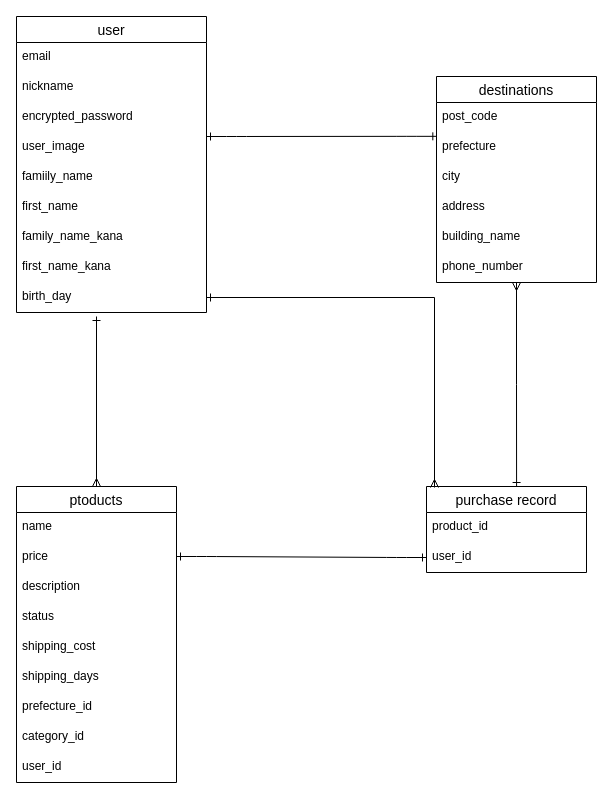
The draw.io diagram furima-32653.dio in otakayusuke1317/furima-32653, before the edit. Source tidied: cells renumbered, new cells numbered last; positions are measured from the earlier drawing's top-left corner, leaving out a move shared by most shapes. Both pictures are drawn from the tidied source at 100%, with x=0, y=0 at pixel (16, 16).
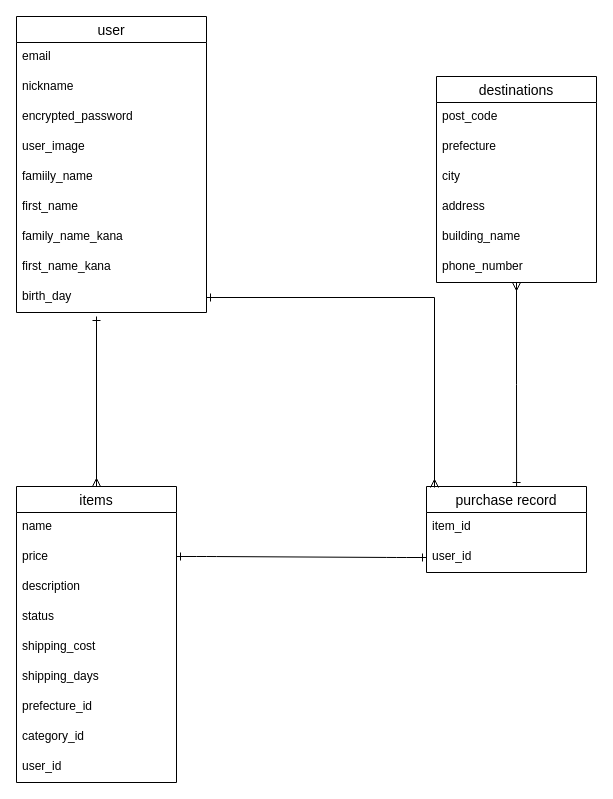
The same diagram, later.

The change refers to these unchanged cells:
```xml
<mxCell id="25" value="prefecture" style="text;strokeColor=none;fillColor=none;spacingLeft=4;spacingRight=4;overflow=hidden;points=[[0,0.5],[1,0.5]];portConstraint=eastwest;fontSize=12;" parent="23" vertex="1">
  <mxGeometry y="56" width="160" height="30" as="geometry" />
</mxCell>
<mxCell id="30" value="purchase record" style="swimlane;fontStyle=0;horizontal=1;startSize=26;align=center;fontSize=14;" parent="1" vertex="1">
  <mxGeometry x="410" y="470" width="160" height="86" as="geometry" />
</mxCell>
```

Change to the diagram source:
```diff
@@
-    <mxCell id="12" value="ptoducts" style="swimlane;fontStyle=0;horizontal=1;startSize=26;align=center;fontSize=14;" parent="1" vertex="1">
+    <mxCell id="12" value="items" style="swimlane;fontStyle=0;horizontal=1;startSize=26;align=center;fontSize=14;" parent="1" vertex="1">
       <mxGeometry y="470" width="160" height="296" as="geometry" />
     </mxCell>
@@
-    <mxCell id="31" value="product_id&#10;&#10;" style="text;strokeColor=none;fillColor=none;spacingLeft=4;spacingRight=4;overflow=hidden;fontSize=12;" parent="30" vertex="1">
+    <mxCell id="31" value="item_id&#10;&#10;" style="text;strokeColor=none;fillColor=none;spacingLeft=4;spacingRight=4;overflow=hidden;fontSize=12;" parent="30" vertex="1">
       <mxGeometry y="26" width="160" height="30" as="geometry" />
     </mxCell>
@@
-    <mxCell id="33" style="edgeStyle=entityRelationEdgeStyle;fontSize=12;html=1;endArrow=ERone;startArrow=ERone;entryX=0.002;entryY=0.128;entryDx=0;entryDy=0;entryPerimeter=0;startFill=0;endFill=0;" parent="1" edge="1" target="25">
-      <mxGeometry relative="1" as="geometry">
-        <mxPoint x="190" y="120" as="sourcePoint" />
-      </mxGeometry>
-    </mxCell>
```
